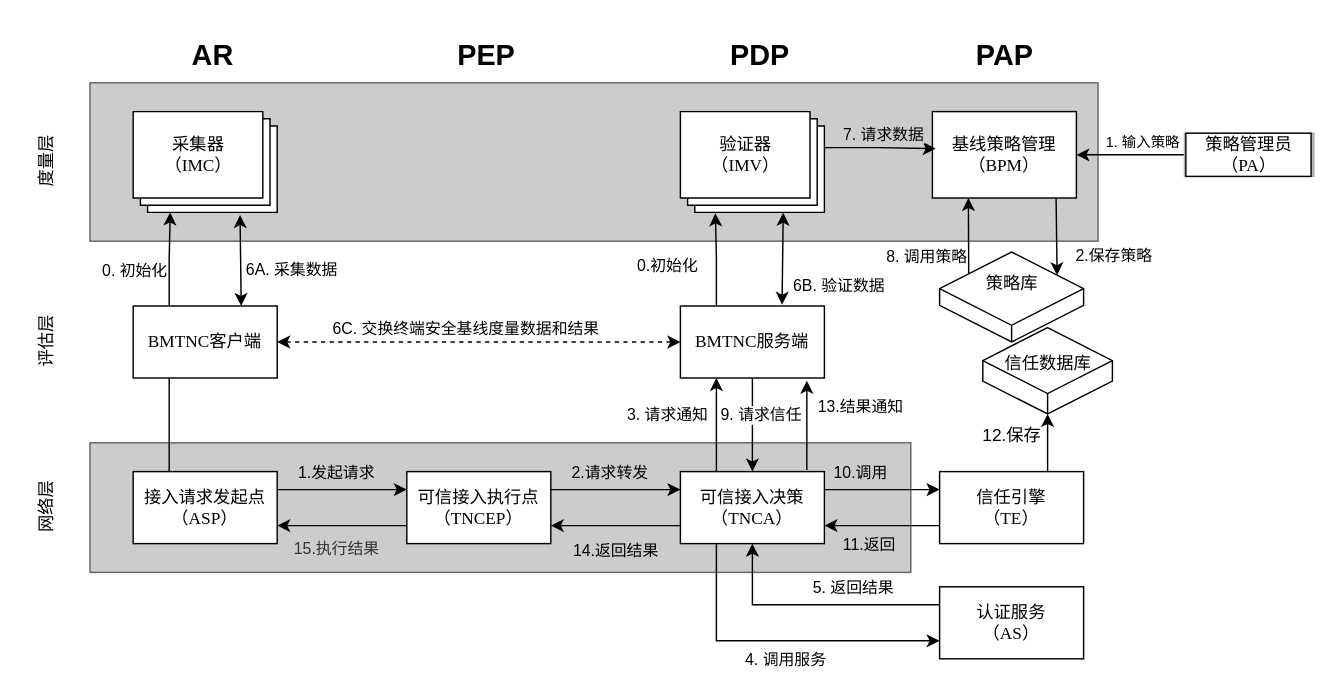
Moose1273/- keeps this draw.io diagram as testDirectory/可信接入模型.drawio. Above is the earlier version. Source tidied: cells renumbered, new cells numbered last; positions are measured from the earlier drawing's top-left corner, leaving out a move shared by most shapes. Both pictures are drawn from the tidied source at 144%, with x=0, y=0 at pixel (3, 24).
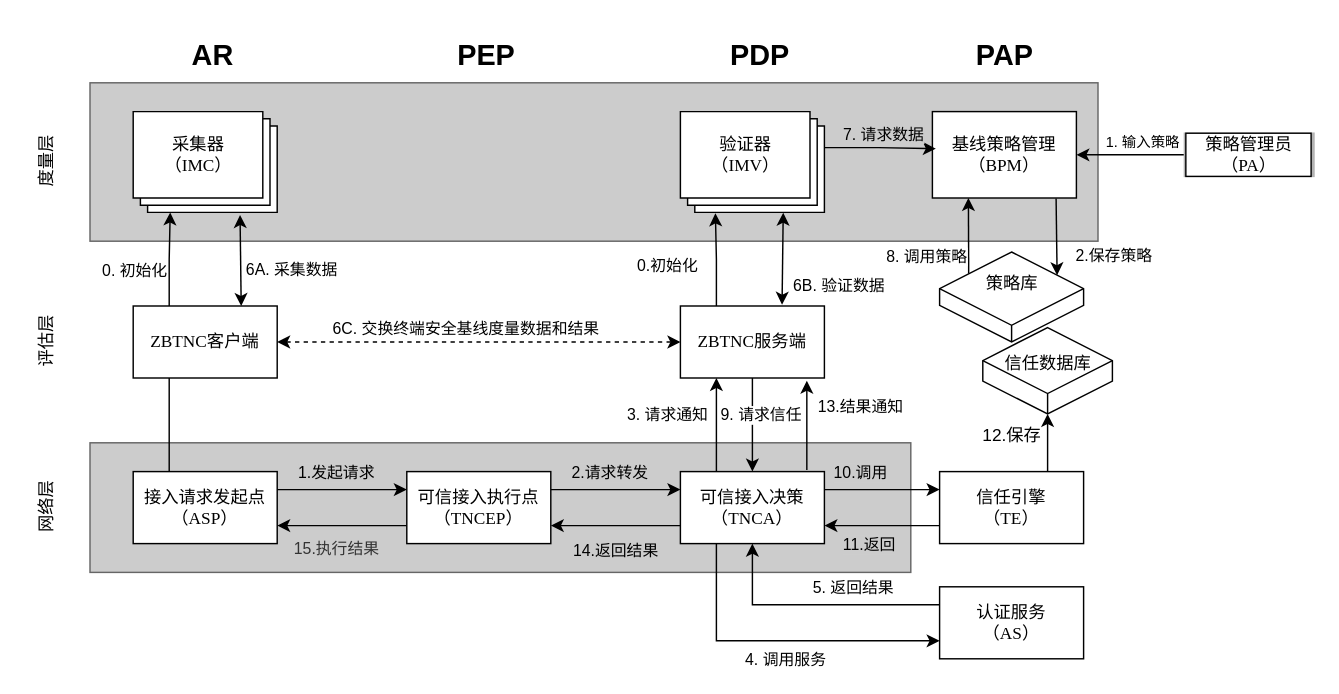
After the change.

Commit message:
更新可信接入模型.drawio

Diff of the diagram source:
```diff
@@
-    <mxCell id="8" value="&lt;font face=&quot;Times New Roman&quot;&gt;BMTNC&lt;/font&gt;客户端" style="rounded=0;whiteSpace=wrap;html=1;" parent="1" vertex="1">
+    <mxCell id="8" value="&lt;font face=&quot;Times New Roman&quot;&gt;ZBTNC&lt;/font&gt;客户端" style="rounded=0;whiteSpace=wrap;html=1;" parent="1" vertex="1">
       <mxGeometry x="90" y="195" width="100" height="50" as="geometry" />
     </mxCell>
@@
-    <mxCell id="11" value="&lt;font face=&quot;Times New Roman&quot;&gt;BMTNC&lt;/font&gt;服务端" style="rounded=0;whiteSpace=wrap;html=1;" parent="1" vertex="1">
+    <mxCell id="11" value="&lt;font face=&quot;Times New Roman&quot;&gt;ZBTNC&lt;/font&gt;服务端" style="rounded=0;whiteSpace=wrap;html=1;" parent="1" vertex="1">
       <mxGeometry x="470" y="195" width="100" height="50" as="geometry" />
     </mxCell>
```
